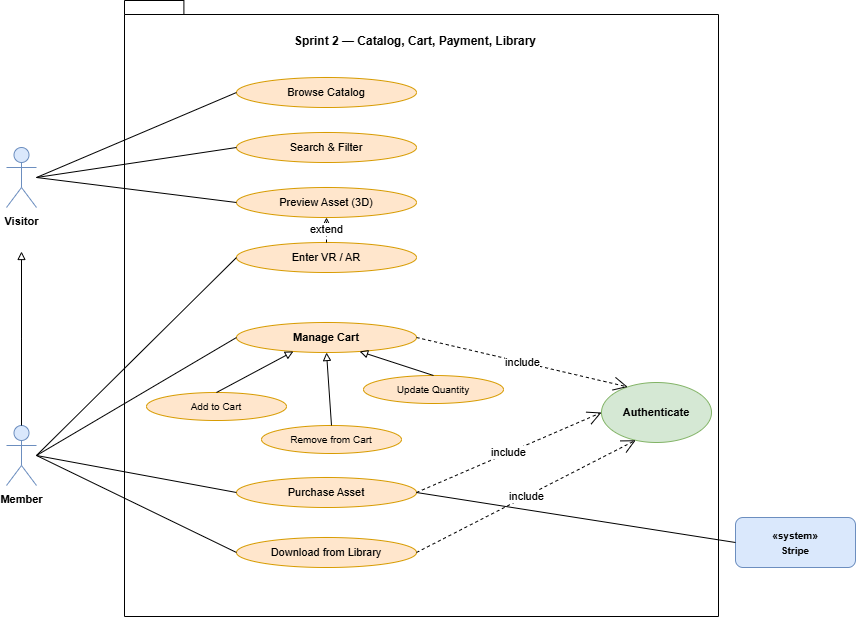
Before: images/diagrams/uc_s2.png, a diagram exported from draw.io (AsmaDaoussi/report). Source tidied: cells renumbered, new cells last; positions are measured from the earlier drawing's top-left corner, leaving out a move shared by most shapes. Source of this version:
```xml
<mxGraphModel>
  <root>
    <mxCell id="0" />
    <mxCell id="1" parent="0" />
    <mxCell id="2" style="shape=folder;fontStyle=1;spacingTop=10;tabWidth=40;tabHeight=14;tabPosition=left;html=1;whiteSpace=wrap;" parent="1" vertex="1">
      <mxGeometry x="118" width="594" height="616" as="geometry" />
    </mxCell>
    <mxCell id="3" value="&lt;b&gt;Sprint 2 — Catalog, Cart, Payment, Library&lt;/b&gt;" style="text;html=1;whiteSpace=wrap;strokeColor=none;fillColor=none;align=center;verticalAlign=middle;rounded=0;" parent="1" vertex="1">
      <mxGeometry x="259" y="26" width="300" height="30" as="geometry" />
    </mxCell>
    <mxCell id="4" value="&lt;span style=&quot;font-size: 11px;&quot;&gt;Browse Catalog&lt;/span&gt;" style="ellipse;whiteSpace=wrap;html=1;fillColor=#ffe6cc;strokeColor=#d79b00;align=center;verticalAlign=middle;" parent="1" vertex="1">
      <mxGeometry x="230" y="77" width="180" height="30" as="geometry" />
    </mxCell>
    <mxCell id="5" value="&lt;span style=&quot;font-size: 11px;&quot;&gt;Search &amp;amp; Filter&lt;/span&gt;" style="ellipse;whiteSpace=wrap;html=1;fillColor=#ffe6cc;strokeColor=#d79b00;align=center;verticalAlign=middle;" parent="1" vertex="1">
      <mxGeometry x="230" y="132" width="180" height="30" as="geometry" />
    </mxCell>
    <mxCell id="6" value="&lt;span style=&quot;font-size: 11px;&quot;&gt;Preview Asset (3D)&lt;/span&gt;" style="ellipse;whiteSpace=wrap;html=1;fillColor=#ffe6cc;strokeColor=#d79b00;align=center;verticalAlign=middle;" parent="1" vertex="1">
      <mxGeometry x="230" y="187" width="180" height="30" as="geometry" />
    </mxCell>
    <mxCell id="7" value="&lt;span style=&quot;font-size: 11px;&quot;&gt;Enter VR / AR&lt;/span&gt;" style="ellipse;whiteSpace=wrap;html=1;fillColor=#ffe6cc;strokeColor=#d79b00;align=center;verticalAlign=middle;" parent="1" vertex="1">
      <mxGeometry x="230" y="242" width="180" height="30" as="geometry" />
    </mxCell>
    <mxCell id="8" value="&lt;span style=&quot;font-size: 11px; font-weight: 600;&quot;&gt;Manage Cart&lt;/span&gt;" style="ellipse;whiteSpace=wrap;html=1;fillColor=#ffe6cc;strokeColor=#d79b00;align=center;verticalAlign=middle;" parent="1" vertex="1">
      <mxGeometry x="230" y="322" width="180" height="30" as="geometry" />
    </mxCell>
    <mxCell id="9" value="&lt;span style=&quot;font-size: 10px;&quot;&gt;Add to Cart&lt;/span&gt;" style="ellipse;whiteSpace=wrap;html=1;fillColor=#ffe6cc;strokeColor=#d79b00;align=center;verticalAlign=middle;" parent="1" vertex="1">
      <mxGeometry x="140" y="392" width="140" height="28" as="geometry" />
    </mxCell>
    <mxCell id="10" value="&lt;span style=&quot;font-size: 10px;&quot;&gt;Remove from Cart&lt;/span&gt;" style="ellipse;whiteSpace=wrap;html=1;fillColor=#ffe6cc;strokeColor=#d79b00;align=center;verticalAlign=middle;" parent="1" vertex="1">
      <mxGeometry x="255" y="425" width="140" height="28" as="geometry" />
    </mxCell>
    <mxCell id="11" value="&lt;span style=&quot;font-size: 10px;&quot;&gt;Update Quantity&lt;/span&gt;" style="ellipse;whiteSpace=wrap;html=1;fillColor=#ffe6cc;strokeColor=#d79b00;align=center;verticalAlign=middle;" parent="1" vertex="1">
      <mxGeometry x="357" y="375" width="140" height="28" as="geometry" />
    </mxCell>
    <mxCell id="12" value="&lt;span style=&quot;font-size: 11px;&quot;&gt;Purchase Asset&lt;/span&gt;" style="ellipse;whiteSpace=wrap;html=1;fillColor=#ffe6cc;strokeColor=#d79b00;align=center;verticalAlign=middle;" parent="1" vertex="1">
      <mxGeometry x="230" y="477" width="180" height="30" as="geometry" />
    </mxCell>
    <mxCell id="13" value="&lt;span style=&quot;font-size: 11px;&quot;&gt;Download from Library&lt;/span&gt;" style="ellipse;whiteSpace=wrap;html=1;fillColor=#ffe6cc;strokeColor=#d79b00;align=center;verticalAlign=middle;" parent="1" vertex="1">
      <mxGeometry x="230" y="537" width="180" height="30" as="geometry" />
    </mxCell>
    <mxCell id="14" value="&lt;span style=&quot;font-size: 11px; font-weight: 700;&quot;&gt;Authenticate&lt;/span&gt;" style="ellipse;whiteSpace=wrap;html=1;fillColor=#d5e8d4;strokeColor=#82b366;" parent="1" vertex="1">
      <mxGeometry x="595" y="382" width="110" height="60" as="geometry" />
    </mxCell>
    <mxCell id="15" value="&lt;span style=&quot;font-size: 11px; font-weight: 700;&quot;&gt;Visitor&lt;/span&gt;" style="shape=umlActor;verticalLabelPosition=bottom;verticalAlign=top;html=1;fillColor=#dae8fc;strokeColor=#6c8ebf;" parent="1" vertex="1">
      <mxGeometry y="147" width="30" height="60" as="geometry" />
    </mxCell>
    <mxCell id="16" value="&lt;span style=&quot;font-size: 11px; font-weight: 700;&quot;&gt;Member&lt;/span&gt;" style="shape=umlActor;verticalLabelPosition=bottom;verticalAlign=top;html=1;fillColor=#dae8fc;strokeColor=#6c8ebf;" parent="1" vertex="1">
      <mxGeometry y="425" width="30" height="60" as="geometry" />
    </mxCell>
    <mxCell id="17" value="&lt;span style=&quot;font-size: 10px; font-weight: 700;&quot;&gt;«system»&lt;br&gt;Stripe&lt;/span&gt;" style="rounded=1;whiteSpace=wrap;html=1;fillColor=#dae8fc;strokeColor=#6c8ebf;" parent="1" vertex="1">
      <mxGeometry x="729" y="517" width="120" height="50" as="geometry" />
    </mxCell>
    <mxCell id="18" style="edgeStyle=orthogonalEdgeStyle;rounded=0;html=1;startArrow=none;endArrow=block;endFill=0;exitX=0.5;exitY=0;" parent="1" edge="1" source="16">
      <mxGeometry relative="1" as="geometry">
        <mxPoint x="15" y="251" as="targetPoint" />
      </mxGeometry>
    </mxCell>
    <mxCell id="19" style="edgeStyle=none;rounded=0;html=1;startArrow=none;endArrow=block;endFill=0;exitX=0.5;exitY=0;entryX=0.3;entryY=1;" parent="1" edge="1" source="9" target="8">
      <mxGeometry relative="1" as="geometry" />
    </mxCell>
    <mxCell id="20" style="edgeStyle=none;rounded=0;html=1;startArrow=none;endArrow=block;endFill=0;exitX=0.5;exitY=0;entryX=0.5;entryY=1;" parent="1" edge="1" source="10" target="8">
      <mxGeometry relative="1" as="geometry" />
    </mxCell>
    <mxCell id="21" style="edgeStyle=none;rounded=0;html=1;startArrow=none;endArrow=block;endFill=0;exitX=0.5;exitY=0;entryX=0.7;entryY=1;" parent="1" edge="1" source="11" target="8">
      <mxGeometry relative="1" as="geometry" />
    </mxCell>
    <mxCell id="22" style="endArrow=none;html=1;rounded=0;exitX=1;exitY=0.5;entryX=0;entryY=0.5;" parent="1" edge="1" source="15" target="4">
      <mxGeometry relative="1" as="geometry" />
    </mxCell>
    <mxCell id="23" style="endArrow=none;html=1;rounded=0;exitX=1;exitY=0.5;entryX=0;entryY=0.5;" parent="1" edge="1" source="15" target="5">
      <mxGeometry relative="1" as="geometry" />
    </mxCell>
    <mxCell id="24" style="endArrow=none;html=1;rounded=0;exitX=1;exitY=0.5;entryX=0;entryY=0.5;" parent="1" edge="1" source="15" target="6">
      <mxGeometry relative="1" as="geometry" />
    </mxCell>
    <mxCell id="25" style="endArrow=none;html=1;rounded=0;exitX=1;exitY=0.5;entryX=0;entryY=0.5;" parent="1" edge="1" source="16" target="7">
      <mxGeometry relative="1" as="geometry" />
    </mxCell>
    <mxCell id="26" style="endArrow=none;html=1;rounded=0;exitX=1;exitY=0.5;entryX=0;entryY=0.5;" parent="1" edge="1" source="16" target="8">
      <mxGeometry relative="1" as="geometry" />
    </mxCell>
    <mxCell id="27" style="endArrow=none;html=1;rounded=0;exitX=1;exitY=0.5;entryX=0;entryY=0.5;" parent="1" edge="1" source="16" target="12">
      <mxGeometry relative="1" as="geometry" />
    </mxCell>
    <mxCell id="28" style="endArrow=none;html=1;rounded=0;exitX=1;exitY=0.5;entryX=0;entryY=0.5;" parent="1" edge="1" source="16" target="13">
      <mxGeometry relative="1" as="geometry" />
    </mxCell>
    <mxCell id="29" style="endArrow=none;html=1;rounded=0;exitX=1;exitY=0.5;entryX=0;entryY=0.5;" parent="1" edge="1" source="12" target="17">
      <mxGeometry relative="1" as="geometry" />
    </mxCell>
    <mxCell id="30" value="extend" style="endArrow=open;endSize=12;dashed=1;html=1;rounded=0;exitX=0.5;exitY=0;entryX=0.5;entryY=1;" parent="1" edge="1" source="7" target="6">
      <mxGeometry relative="1" as="geometry" />
    </mxCell>
    <mxCell id="31" value="include" style="endArrow=open;endSize=12;dashed=1;html=1;rounded=0;exitX=1;exitY=0.5;entryX=0.2;entryY=0;" parent="1" edge="1" source="8" target="14">
      <mxGeometry relative="1" as="geometry" />
    </mxCell>
    <mxCell id="32" value="include" style="endArrow=open;endSize=12;dashed=1;html=1;rounded=0;exitX=1;exitY=0.5;entryX=0;entryY=0.5;" parent="1" edge="1" source="12" target="14">
      <mxGeometry relative="1" as="geometry" />
    </mxCell>
    <mxCell id="33" value="include" style="endArrow=open;endSize=12;dashed=1;html=1;rounded=0;exitX=1;exitY=0.5;entryX=0.3;entryY=1;" parent="1" edge="1" source="13" target="14">
      <mxGeometry relative="1" as="geometry" />
    </mxCell>
  </root>
</mxGraphModel>
```
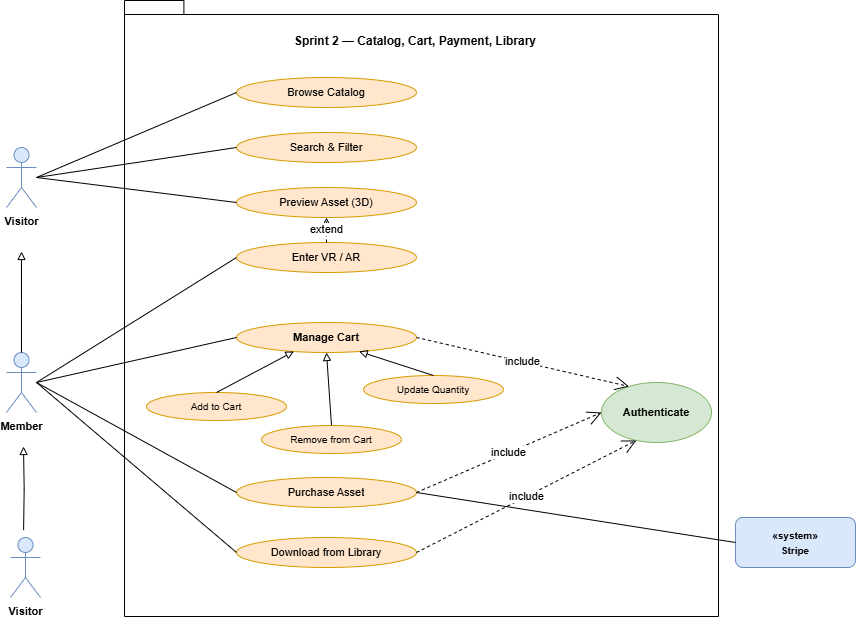
The same file after the commit.

What changed in the source:
```diff
@@ -45,7 +45,7 @@
       <mxGeometry y="147" width="30" height="60" as="geometry" />
     </mxCell>
     <mxCell id="16" value="&lt;span style=&quot;font-size: 11px; font-weight: 700;&quot;&gt;Member&lt;/span&gt;" style="shape=umlActor;verticalLabelPosition=bottom;verticalAlign=top;html=1;fillColor=#dae8fc;strokeColor=#6c8ebf;" parent="1" vertex="1">
-      <mxGeometry y="425" width="30" height="60" as="geometry" />
+      <mxGeometry y="352" width="30" height="60" as="geometry" />
     </mxCell>
     <mxCell id="17" value="&lt;span style=&quot;font-size: 10px; font-weight: 700;&quot;&gt;«system»&lt;br&gt;Stripe&lt;/span&gt;" style="rounded=1;whiteSpace=wrap;html=1;fillColor=#dae8fc;strokeColor=#6c8ebf;" parent="1" vertex="1">
       <mxGeometry x="729" y="517" width="120" height="50" as="geometry" />
@@ -100,5 +100,14 @@
     <mxCell id="33" value="include" style="endArrow=open;endSize=12;dashed=1;html=1;rounded=0;exitX=1;exitY=0.5;entryX=0.3;entryY=1;" parent="1" edge="1" source="13" target="14">
       <mxGeometry relative="1" as="geometry" />
     </mxCell>
+    <mxCell id="34" value="&lt;span style=&quot;font-size: 11px; font-weight: 700;&quot;&gt;Visitor&lt;/span&gt;" style="shape=umlActor;verticalLabelPosition=bottom;verticalAlign=top;html=1;fillColor=#dae8fc;strokeColor=#6c8ebf;" parent="1" vertex="1">
+      <mxGeometry x="4" y="537" width="30" height="60" as="geometry" />
+    </mxCell>
+    <mxCell id="35" style="edgeStyle=orthogonalEdgeStyle;rounded=0;html=1;startArrow=none;endArrow=block;endFill=0;exitX=0.57;exitY=-0.172;exitDx=0;exitDy=0;exitPerimeter=0;" parent="1" edge="1">
+      <mxGeometry relative="1" as="geometry">
+        <mxPoint x="17.1" y="529.7" as="sourcePoint" />
+        <mxPoint x="17" y="446" as="targetPoint" />
+      </mxGeometry>
+    </mxCell>
   </root>
 </mxGraphModel>
```
